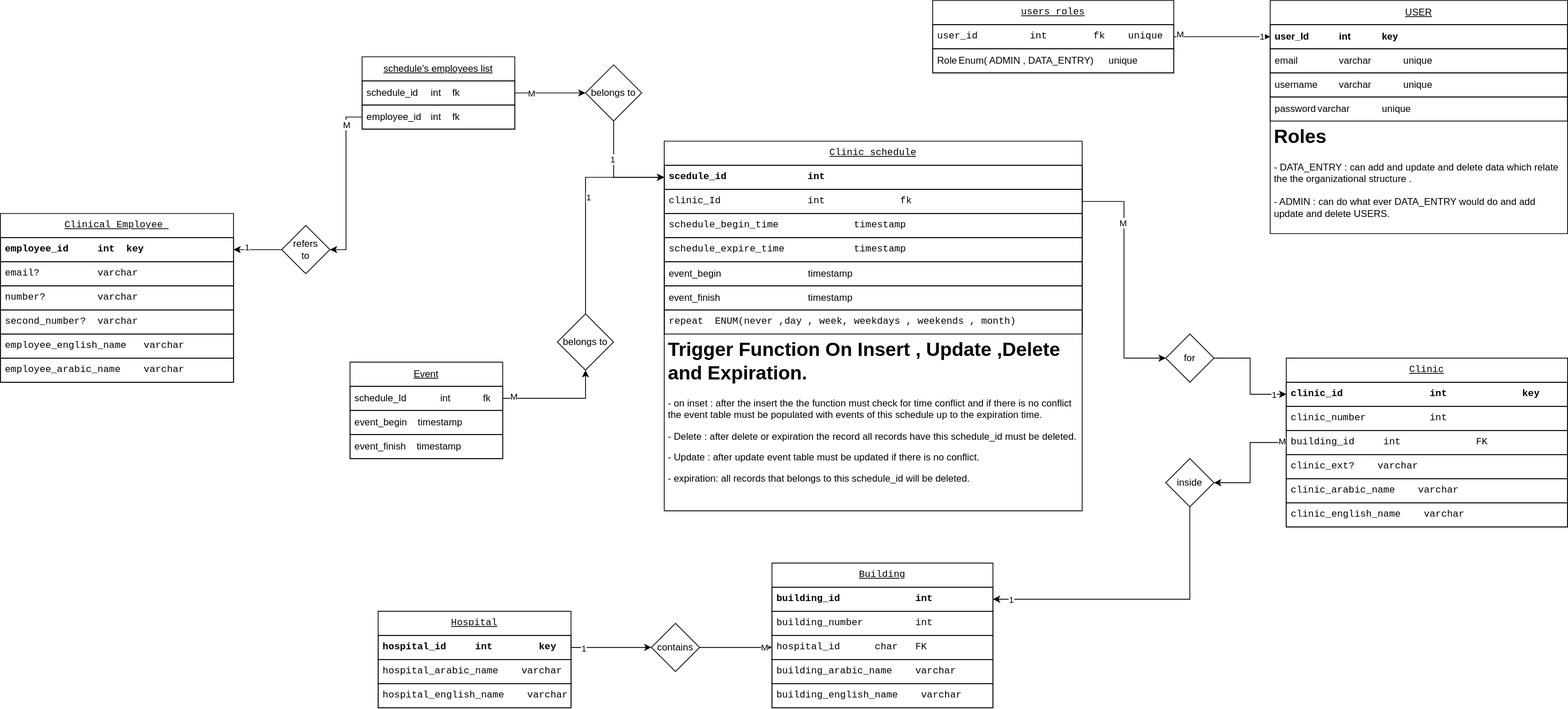
Abdullah-Khawahir/clinics-schedules keeps this draw.io diagram as etc/imgs/database.drawio.svg. Above is the earlier version. Source tidied: cells renumbered, new cells last; positions are measured from the earlier drawing's top-left corner, leaving out a move shared by most shapes.
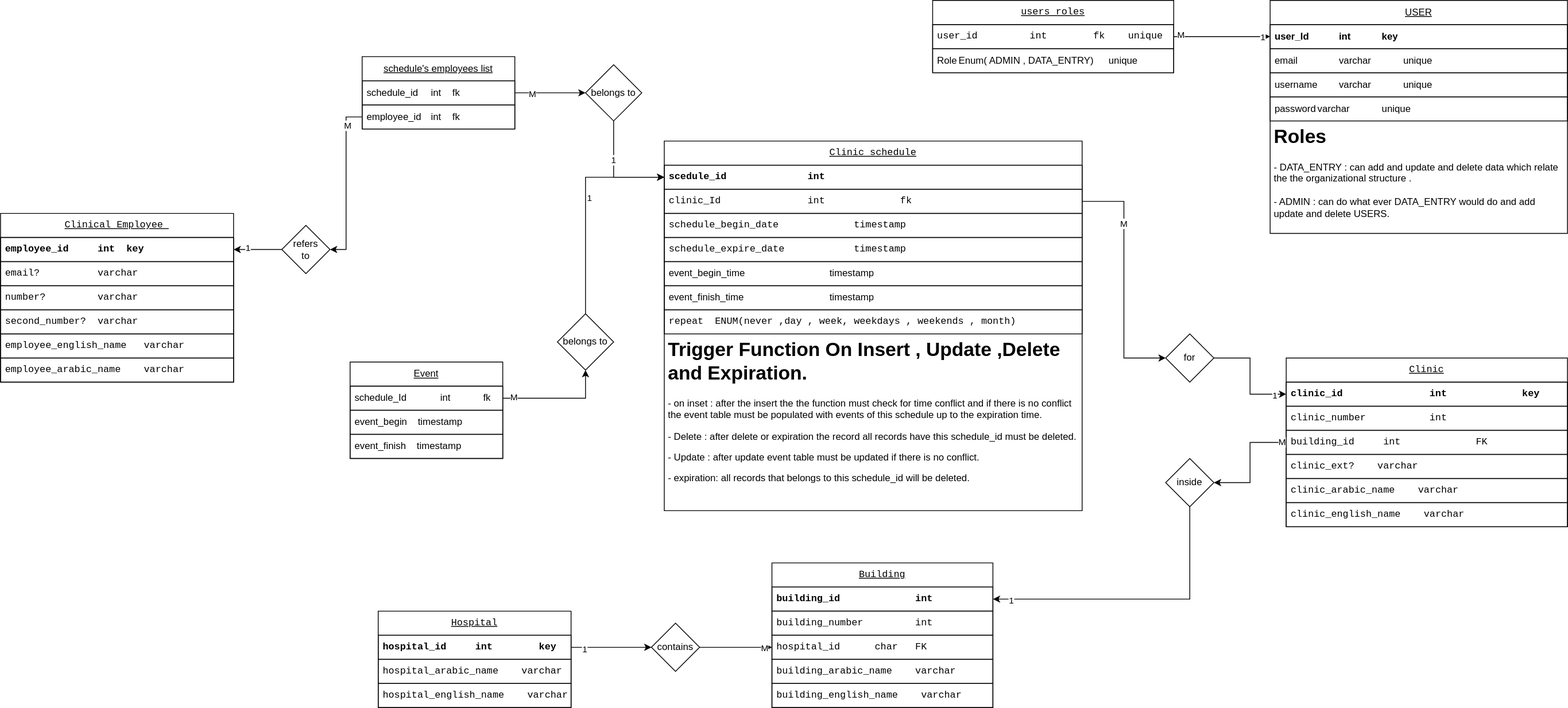
After the commit.

The edit, as a diff of the source:
```diff
@@ -83,16 +83,16 @@
     <mxCell id="28" value="clinic_Id&lt;span style=&quot;white-space: pre;&quot;&gt;&#9;&lt;/span&gt;&lt;span style=&quot;white-space: pre;&quot;&gt;&#9;&lt;/span&gt;int&lt;span style=&quot;white-space: pre;&quot;&gt;&#9;&lt;/span&gt;&lt;span style=&quot;white-space: pre;&quot;&gt;&#9;fk&lt;/span&gt;" style="text;strokeColor=default;fillColor=none;align=left;verticalAlign=middle;spacingLeft=4;spacingRight=4;overflow=hidden;points=[[0,0.5],[1,0.5]];portConstraint=eastwest;whiteSpace=wrap;html=1;fontStyle=0;labelBorderColor=none;labelBackgroundColor=none;horizontal=1;spacingTop=0;fontFamily=monospace;" parent="26" vertex="1">
       <mxGeometry y="60" width="520" height="30" as="geometry" />
     </mxCell>
-    <mxCell id="29" value="schedule_begin_time&lt;span style=&quot;white-space: pre;&quot;&gt;&#9;&lt;/span&gt;&lt;span style=&quot;white-space: pre;&quot;&gt;&#9;&lt;/span&gt;&lt;code class=&quot;type&quot;&gt;timestamp&lt;/code&gt;" style="text;strokeColor=default;fillColor=none;align=left;verticalAlign=middle;spacingLeft=4;spacingRight=4;overflow=hidden;whiteSpace=wrap;html=1;fontFamily=monospace;" parent="26" vertex="1">
+    <mxCell id="29" value="schedule_begin_date&lt;span style=&quot;white-space: pre;&quot;&gt;&#9;&lt;/span&gt;&lt;span style=&quot;white-space: pre;&quot;&gt;&#9;&lt;/span&gt;&lt;code class=&quot;type&quot;&gt;timestamp&lt;/code&gt;" style="text;strokeColor=default;fillColor=none;align=left;verticalAlign=middle;spacingLeft=4;spacingRight=4;overflow=hidden;whiteSpace=wrap;html=1;fontFamily=monospace;" parent="26" vertex="1">
       <mxGeometry y="90" width="520" height="30" as="geometry" />
     </mxCell>
-    <mxCell id="30" value="schedule_expire_time&lt;span style=&quot;&quot;&gt;&lt;span style=&quot;white-space: pre;&quot;&gt;&amp;nbsp;&amp;nbsp;&amp;nbsp;&amp;nbsp;&lt;/span&gt;&lt;/span&gt;&lt;span style=&quot;&quot;&gt;&lt;span style=&quot;white-space: pre;&quot;&gt;&amp;nbsp;&amp;nbsp;&amp;nbsp;&amp;nbsp;&lt;span style=&quot;white-space: pre;&quot;&gt;&#9;&lt;/span&gt;&lt;/span&gt;&lt;/span&gt;&lt;code class=&quot;type&quot;&gt;timestamp&lt;/code&gt;" style="text;strokeColor=default;fillColor=none;align=left;verticalAlign=middle;spacingLeft=4;spacingRight=4;overflow=hidden;whiteSpace=wrap;html=1;fontFamily=monospace;" parent="26" vertex="1">
+    <mxCell id="30" value="schedule_expire_date&lt;span style=&quot;&quot;&gt;&lt;span style=&quot;white-space: pre;&quot;&gt;&amp;nbsp;&amp;nbsp;&amp;nbsp;&amp;nbsp;&lt;/span&gt;&lt;/span&gt;&lt;span style=&quot;&quot;&gt;&lt;span style=&quot;white-space: pre;&quot;&gt;&amp;nbsp;&amp;nbsp;&amp;nbsp;&amp;nbsp;&lt;span style=&quot;white-space: pre;&quot;&gt;&#9;&lt;/span&gt;&lt;/span&gt;&lt;/span&gt;&lt;code class=&quot;type&quot;&gt;timestamp&lt;/code&gt;" style="text;strokeColor=default;fillColor=none;align=left;verticalAlign=middle;spacingLeft=4;spacingRight=4;overflow=hidden;whiteSpace=wrap;html=1;fontFamily=monospace;" parent="26" vertex="1">
       <mxGeometry y="120" width="520" height="30" as="geometry" />
     </mxCell>
-    <mxCell id="31" value="event_begin&lt;span style=&quot;&quot;&gt;&lt;span style=&quot;white-space: pre;&quot;&gt;&lt;span style=&quot;white-space: pre;&quot;&gt;&#9;&lt;/span&gt;&lt;span style=&quot;white-space: pre;&quot;&gt;&#9;&lt;/span&gt;&lt;span style=&quot;white-space: pre;&quot;&gt;&#9;&lt;/span&gt;&lt;span style=&quot;white-space: pre;&quot;&gt;&#9;&lt;/span&gt;&amp;nbsp;&amp;nbsp;&amp;nbsp;&amp;nbsp;&lt;/span&gt;&lt;/span&gt;timestamp" style="text;strokeColor=default;fillColor=none;align=left;verticalAlign=middle;spacingLeft=4;spacingRight=4;overflow=hidden;whiteSpace=wrap;html=1;" parent="26" vertex="1">
+    <mxCell id="31" value="event_begin&lt;span style=&quot;&quot;&gt;&lt;span style=&quot;white-space: pre;&quot;&gt;&lt;span style=&quot;white-space: pre;&quot;&gt;_time&#9;&lt;/span&gt;&lt;span style=&quot;white-space: pre;&quot;&gt;&#9;&lt;/span&gt;&lt;span style=&quot;white-space: pre;&quot;&gt;&#9;&lt;/span&gt;&lt;span style=&quot;white-space: pre;&quot;&gt;&#9;&lt;/span&gt;&amp;nbsp;&amp;nbsp;&amp;nbsp;&amp;nbsp;&lt;/span&gt;&lt;/span&gt;timestamp" style="text;strokeColor=default;fillColor=none;align=left;verticalAlign=middle;spacingLeft=4;spacingRight=4;overflow=hidden;whiteSpace=wrap;html=1;" parent="26" vertex="1">
       <mxGeometry y="150" width="520" height="30" as="geometry" />
     </mxCell>
-    <mxCell id="32" value="event_finish&lt;span style=&quot;&quot;&gt;&lt;span style=&quot;&quot;&gt; &amp;nbsp; &lt;span style=&quot;white-space: pre;&quot;&gt;&#9;&lt;/span&gt;&lt;span style=&quot;white-space: pre;&quot;&gt;&#9;&lt;/span&gt;&lt;span style=&quot;white-space: pre;&quot;&gt;&#9;&lt;/span&gt;&amp;nbsp; &amp;nbsp;&lt;span style=&quot;white-space: pre;&quot;&gt;&#9;&lt;/span&gt;&amp;nbsp;&amp;nbsp;&amp;nbsp; &lt;/span&gt;&lt;/span&gt;timestamp" style="text;strokeColor=default;fillColor=none;align=left;verticalAlign=middle;spacingLeft=4;spacingRight=4;overflow=hidden;whiteSpace=wrap;html=1;" parent="26" vertex="1">
+    <mxCell id="32" value="event_finish&lt;span style=&quot;&quot;&gt;&lt;span style=&quot;&quot;&gt;_time &amp;nbsp; &lt;span style=&quot;white-space: pre;&quot;&gt;&#9;&lt;/span&gt;&lt;span style=&quot;white-space: pre;&quot;&gt;&#9;&lt;/span&gt;&lt;span style=&quot;white-space: pre;&quot;&gt;&#9;&lt;/span&gt;&amp;nbsp; &amp;nbsp;&lt;span style=&quot;white-space: pre;&quot;&gt;&#9;&lt;/span&gt;&amp;nbsp;&amp;nbsp;&amp;nbsp; &lt;/span&gt;&lt;/span&gt;timestamp" style="text;strokeColor=default;fillColor=none;align=left;verticalAlign=middle;spacingLeft=4;spacingRight=4;overflow=hidden;whiteSpace=wrap;html=1;" parent="26" vertex="1">
       <mxGeometry y="180" width="520" height="30" as="geometry" />
     </mxCell>
     <mxCell id="33" value="repeat&lt;span style=&quot;white-space: pre;&quot;&gt; &lt;span style=&quot;white-space: pre;&quot;&gt;&#9;&lt;/span&gt;&lt;/span&gt;ENUM(never ,day , week, weekdays , weekends , month)" style="text;strokeColor=default;fillColor=none;align=left;verticalAlign=middle;spacingLeft=4;spacingRight=4;overflow=hidden;whiteSpace=wrap;html=1;fontFamily=monospace;" parent="26" vertex="1">
```
